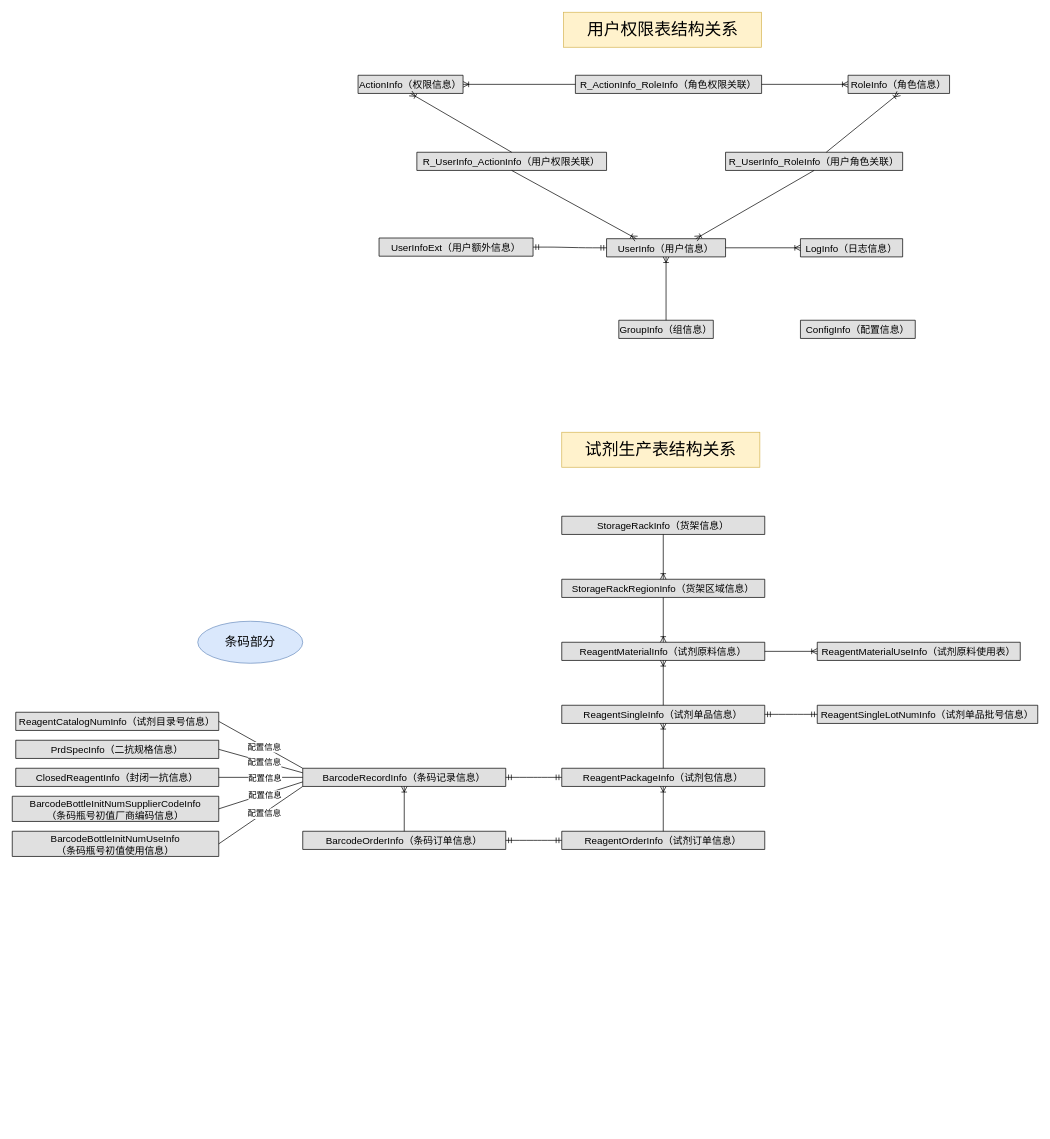
Above: IHC.drawio in GreAmbWang/draw.io (draw.io), before the change. Source tidied: cells renumbered, new cells numbered last; positions are measured from the earlier drawing's top-left corner, leaving out a move shared by most shapes. Both pictures are drawn from the tidied source at 70%, with x=0, y=0 at pixel (12, 12).
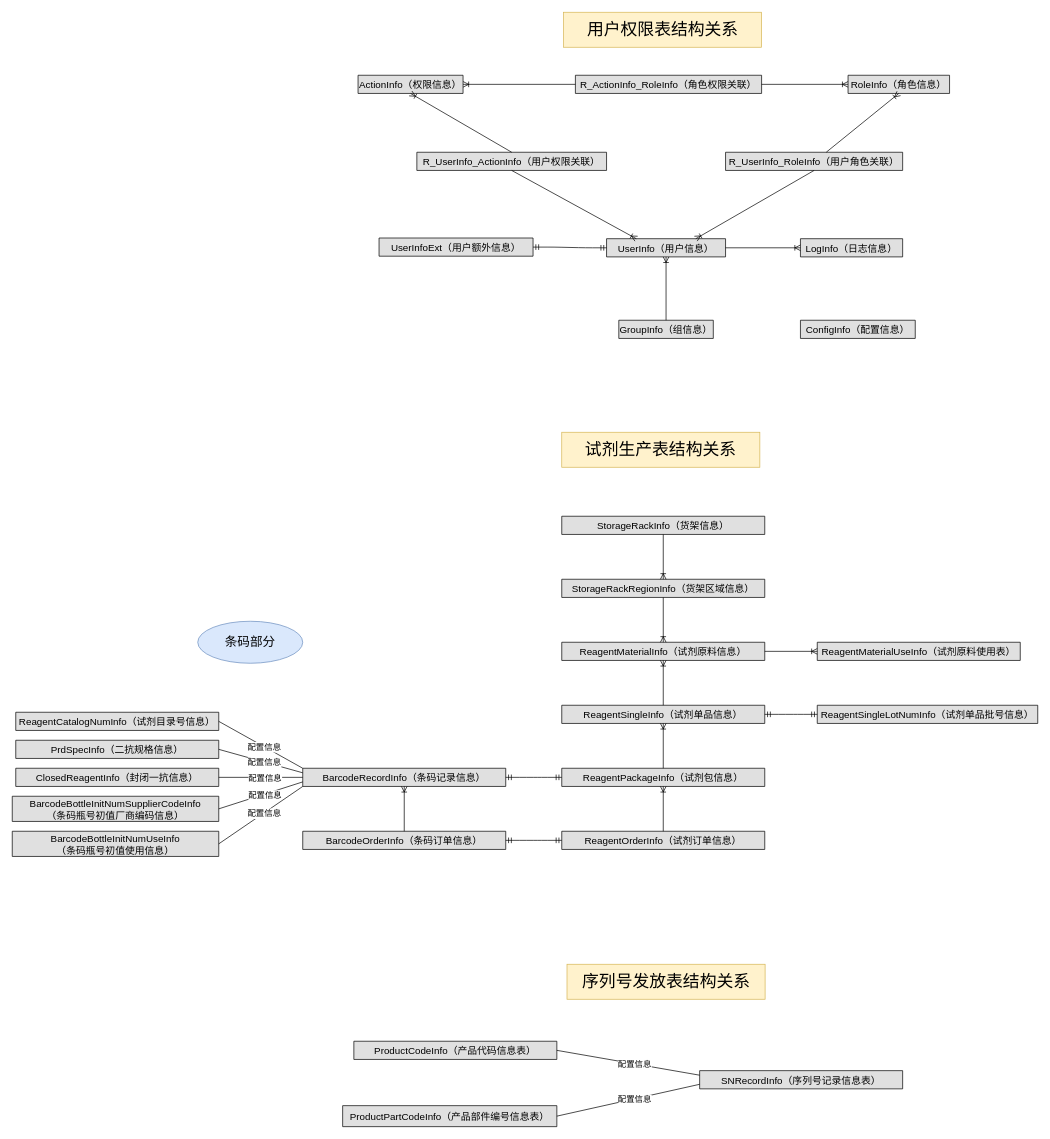
After the change.

Change to the diagram source:
```diff
@@
+    <mxCell id="59" style="text;html=1;align=center;verticalAlign=middle;" parent="1" vertex="1">
+      <mxGeometry x="670" y="1470" width="20" height="20" as="geometry" />
+    </mxCell>
+    <mxCell id="60" value="&lt;font style=&quot;font-size: 24px&quot;&gt;序列号发放表结构关系&lt;/font&gt;" style="text;html=1;strokeColor=#d6b656;fillColor=#fff2cc;align=center;verticalAlign=middle;whiteSpace=wrap;rounded=0;" parent="1" vertex="1">
+      <mxGeometry x="792.5" y="1360" width="283" height="50" as="geometry" />
+    </mxCell>
+    <mxCell id="61" value="ProductCodeInfo（产品代码信息表）" style="swimlane;fontStyle=0;horizontal=1;startSize=26;fillColor=#e0e0e0;swimlaneFillColor=#ffffff;align=center;fontSize=14;" parent="1" vertex="1" collapsed="1">
+      <mxGeometry x="488" y="1470" width="290" height="26" as="geometry" />
+    </mxCell>
+    <mxCell id="62" value="ProductPartCodeInfo（产品部件编号信息表）" style="swimlane;fontStyle=0;horizontal=1;startSize=30;fillColor=#e0e0e0;swimlaneFillColor=#ffffff;align=center;fontSize=14;" parent="1" vertex="1" collapsed="1">
+      <mxGeometry x="472" y="1562" width="306" height="30" as="geometry" />
+    </mxCell>
+    <mxCell id="63" value="SNRecordInfo（序列号记录信息表）" style="swimlane;fontStyle=0;horizontal=1;startSize=26;fillColor=#e0e0e0;swimlaneFillColor=#ffffff;align=center;fontSize=14;" parent="1" vertex="1" collapsed="1">
+      <mxGeometry x="982" y="1512" width="290" height="26" as="geometry" />
+    </mxCell>
+    <mxCell id="64" style="endArrow=none;html=1;rounded=0;exitX=1;exitY=0.5;exitDx=0;exitDy=0;entryX=0;entryY=0.25;entryDx=0;entryDy=0;" parent="1" edge="1" source="61" target="63">
+      <mxGeometry relative="1" as="geometry" />
+    </mxCell>
+    <mxCell id="65" value="配置信息" style="text;html=1;align=center;verticalAlign=middle;labelBackgroundColor=#ffffff;" parent="64" vertex="1">
+      <mxGeometry x="0.08" y="-1" relative="1" as="geometry" />
+    </mxCell>
+    <mxCell id="66" style="endArrow=none;html=1;rounded=0;exitX=1;exitY=0.5;exitDx=0;exitDy=0;entryX=0;entryY=0.75;entryDx=0;entryDy=0;" parent="1" edge="1" source="62" target="63">
+      <mxGeometry relative="1" as="geometry" />
+    </mxCell>
+    <mxCell id="67" value="配置信息" style="text;html=1;align=center;verticalAlign=middle;labelBackgroundColor=#ffffff;" parent="66" vertex="1">
+      <mxGeometry x="0.08" y="-1" relative="1" as="geometry" />
+    </mxCell>
```
